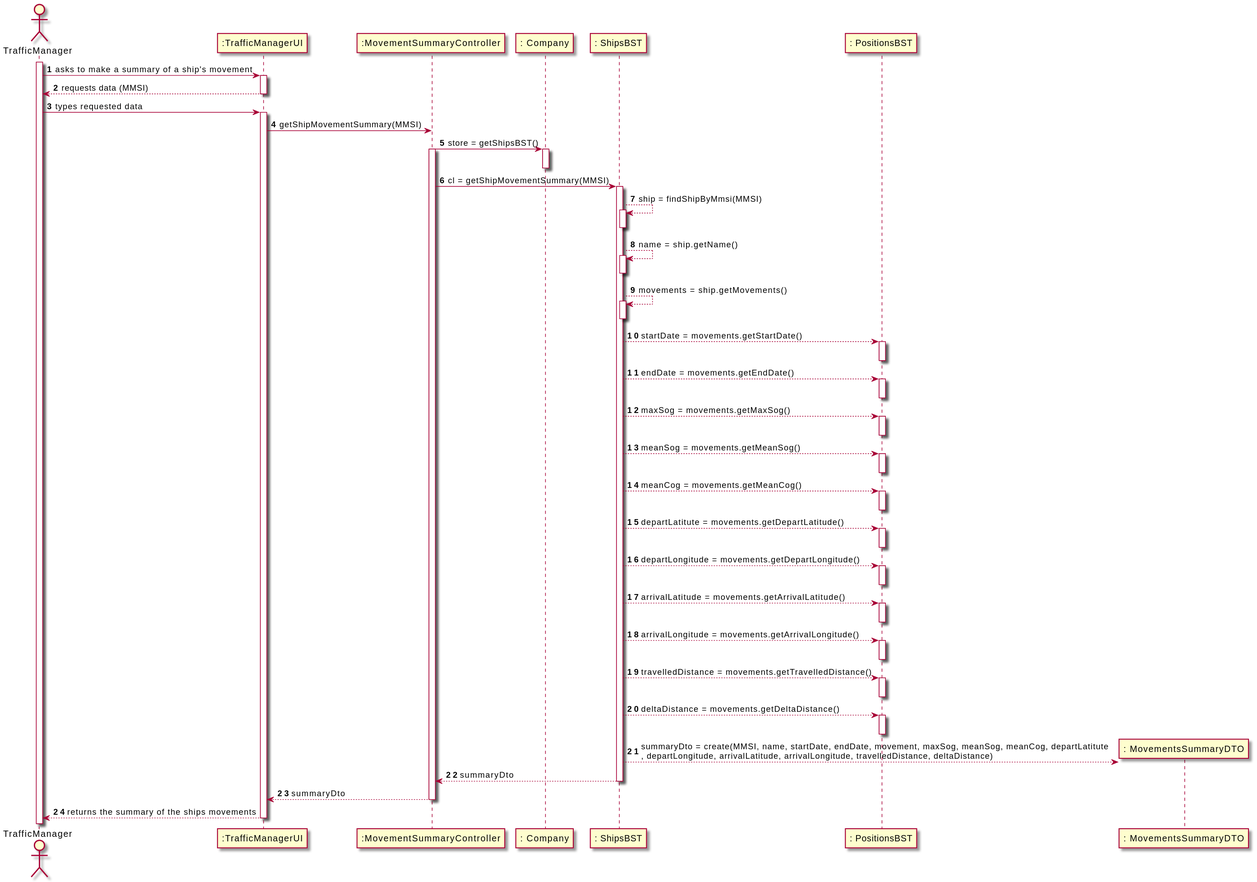
Before: docs/US104/SD_104.svg, a diagram exported from PlantUML (ana-albergaria/LAPR3-ISEP).
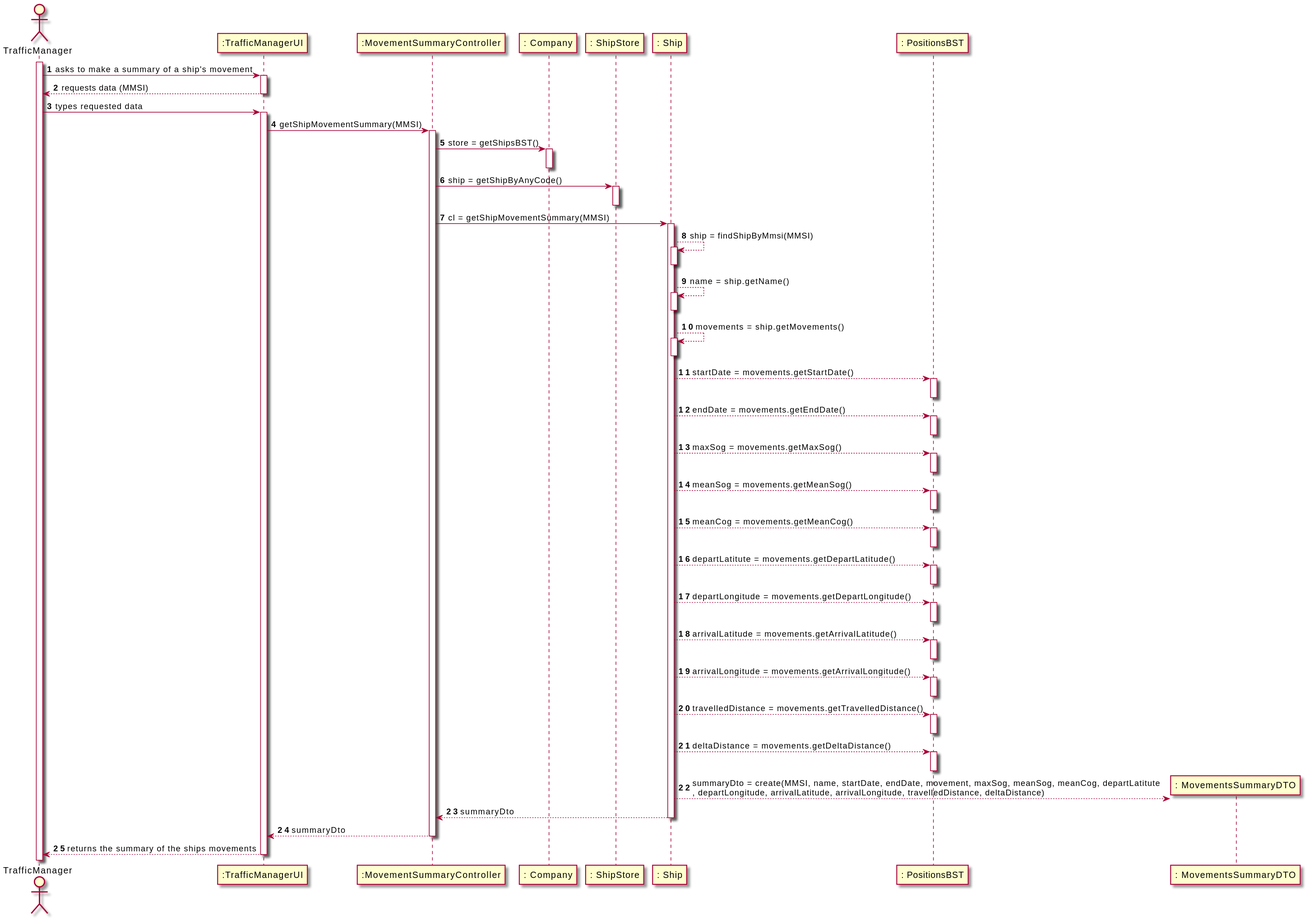
The same file after the commit.

Change to the diagram source:
```diff
@@ -5,7 +5,8 @@
 participant ":TrafficManagerUI" as UI
 participant ":MovementSummaryController" as CTRL
 participant ": Company" as CP
-participant ": ShipsBST" as CS
+participant ": ShipStore" as SP
+participant ": Ship" as CS
 participant ": PositionsBST" as PB
 participant ": MovementsSummaryDTO" as CL
 
@@ -20,11 +21,13 @@
 activate UI
 
 UI -> CTRL : getShipMovementSummary(MMSI)
-
+activate CTRL
 CTRL -> CP : store = getShipsBST()
 activate CP
 deactivate CP
-activate CTRL
+CTRL -> SP : ship = getShipByAnyCode()
+activate SP
+deactivate SP
 CTRL -> CS : cl = getShipMovementSummary(MMSI)
 activate CS
 CS --> CS : ship = findShipByMmsi(MMSI)
```
